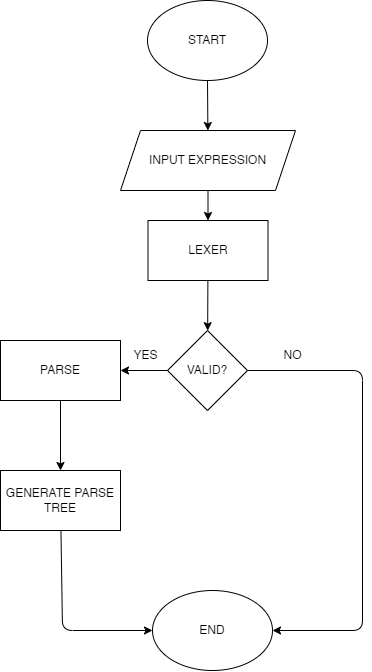
erwnjshb/parse-tree-generator keeps this draw.io diagram as flowchart.png. Above is the earlier version. Source tidied: cells renumbered, new cells last; positions are measured from the earlier drawing's top-left corner, leaving out a move shared by most shapes.
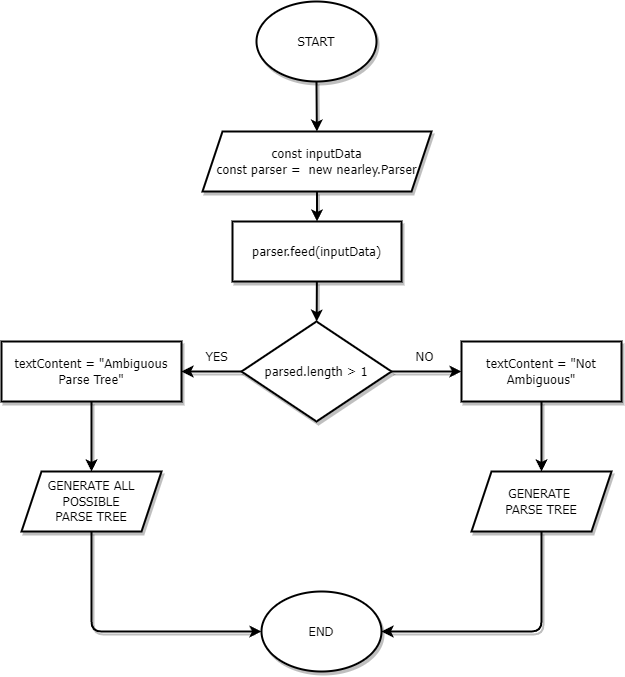
Above is the later version.

Diff of the diagram source:
```diff
@@ -2,62 +2,73 @@
   <root>
     <mxCell id="0" />
     <mxCell id="1" parent="0" />
-    <mxCell id="2" style="edgeStyle=none;html=1;" parent="1" edge="1" source="3" target="5">
+    <mxCell id="2" style="edgeStyle=none;html=1;strokeWidth=2;fontStyle=0;fontFamily=Tahoma;fontSize=13;labelBackgroundColor=none;labelBorderColor=none;shadow=1;" parent="1" edge="1" source="3" target="5">
       <mxGeometry relative="1" as="geometry" />
     </mxCell>
-    <mxCell id="3" value="START" style="ellipse;whiteSpace=wrap;html=1;" parent="1" vertex="1">
+    <mxCell id="3" value="START" style="ellipse;whiteSpace=wrap;html=1;strokeWidth=2;fontStyle=0;fontFamily=Tahoma;fontSize=13;labelBackgroundColor=none;labelBorderColor=none;shadow=1;" parent="1" vertex="1">
       <mxGeometry x="147" width="120" height="80" as="geometry" />
     </mxCell>
-    <mxCell id="4" style="edgeStyle=none;html=1;entryX=0.5;entryY=0;entryDx=0;entryDy=0;" parent="1" edge="1" source="5" target="13">
+    <mxCell id="4" style="edgeStyle=none;html=1;entryX=0.5;entryY=0;entryDx=0;entryDy=0;strokeWidth=2;fontStyle=0;fontFamily=Tahoma;fontSize=13;labelBackgroundColor=none;labelBorderColor=none;shadow=1;" parent="1" edge="1" source="5" target="13">
       <mxGeometry relative="1" as="geometry" />
     </mxCell>
-    <mxCell id="5" value="INPUT EXPRESSION" style="shape=parallelogram;perimeter=parallelogramPerimeter;whiteSpace=wrap;html=1;fixedSize=1;" parent="1" vertex="1">
-      <mxGeometry x="120" y="130" width="175" height="60" as="geometry" />
+    <mxCell id="5" value="const inputData&lt;br style=&quot;font-size: 13px;&quot;&gt;const parser =&amp;nbsp; new nearley.Parser" style="shape=parallelogram;perimeter=parallelogramPerimeter;whiteSpace=wrap;html=1;fixedSize=1;strokeWidth=2;fontStyle=0;fontFamily=Tahoma;fontSize=13;labelBackgroundColor=none;labelBorderColor=none;shadow=1;" parent="1" vertex="1">
+      <mxGeometry x="93" y="130" width="229" height="60" as="geometry" />
     </mxCell>
-    <mxCell id="6" style="edgeStyle=none;html=1;exitX=1;exitY=0.5;exitDx=0;exitDy=0;entryX=1;entryY=0.5;entryDx=0;entryDy=0;" parent="1" edge="1" source="8" target="11">
-      <mxGeometry relative="1" as="geometry">
-        <Array as="points">
-          <mxPoint x="362" y="370" />
-          <mxPoint x="362" y="630" />
-        </Array>
-      </mxGeometry>
-    </mxCell>
-    <mxCell id="7" style="edgeStyle=none;html=1;" parent="1" edge="1" source="8" target="10">
+    <mxCell id="7" style="edgeStyle=none;html=1;strokeWidth=2;fontStyle=0;fontFamily=Tahoma;fontSize=13;labelBackgroundColor=none;labelBorderColor=none;shadow=1;" parent="1" edge="1" source="8" target="10">
       <mxGeometry relative="1" as="geometry" />
     </mxCell>
+    <mxCell id="18" style="edgeStyle=none;html=1;strokeWidth=2;fontStyle=0;fontFamily=Tahoma;fontSize=13;labelBackgroundColor=none;labelBorderColor=none;shadow=1;" parent="1" edge="1" source="8" target="20">
+      <mxGeometry relative="1" as="geometry" />
+    </mxCell>
-    <mxCell id="8" value="VALID?" style="rhombus;whiteSpace=wrap;html=1;" parent="1" vertex="1">
-      <mxGeometry x="167" y="330" width="80" height="80" as="geometry" />
+    <mxCell id="8" value="parsed.length &amp;gt; 1" style="rhombus;whiteSpace=wrap;html=1;rounded=0;shadow=1;strokeWidth=2;fontStyle=0;fontFamily=Tahoma;fontSize=13;labelBackgroundColor=none;labelBorderColor=none;" parent="1" vertex="1">
+      <mxGeometry x="132" y="320" width="150" height="100" as="geometry" />
     </mxCell>
-    <mxCell id="9" style="edgeStyle=none;html=1;" parent="1" edge="1" source="10" target="17">
+    <mxCell id="9" style="edgeStyle=none;html=1;entryX=0.5;entryY=0;entryDx=0;entryDy=0;strokeWidth=2;fontStyle=0;fontFamily=Tahoma;fontSize=13;labelBackgroundColor=none;labelBorderColor=none;shadow=1;" parent="1" edge="1" source="10" target="21">
       <mxGeometry relative="1" as="geometry" />
     </mxCell>
-    <mxCell id="10" value="PARSE" style="rounded=0;whiteSpace=wrap;html=1;" parent="1" vertex="1">
-      <mxGeometry y="340" width="120" height="60" as="geometry" />
+    <mxCell id="10" value="textContent = &quot;Ambiguous Parse Tree&lt;span style=&quot;font-size: 13px;&quot;&gt;&quot;&lt;/span&gt;" style="rounded=0;whiteSpace=wrap;html=1;strokeWidth=2;fontStyle=0;fontFamily=Tahoma;fontSize=13;labelBackgroundColor=none;labelBorderColor=none;shadow=1;" parent="1" vertex="1">
+      <mxGeometry x="-108" y="340" width="180" height="60" as="geometry" />
     </mxCell>
-    <mxCell id="11" value="END" style="ellipse;whiteSpace=wrap;html=1;" parent="1" vertex="1">
+    <mxCell id="11" value="END" style="ellipse;whiteSpace=wrap;html=1;strokeWidth=2;fontStyle=0;fontFamily=Tahoma;fontSize=13;labelBackgroundColor=none;labelBorderColor=none;shadow=1;" parent="1" vertex="1">
       <mxGeometry x="152" y="590" width="120" height="80" as="geometry" />
     </mxCell>
-    <mxCell id="12" style="edgeStyle=none;html=1;" parent="1" edge="1" source="13" target="8">
+    <mxCell id="12" style="edgeStyle=none;html=1;strokeWidth=2;fontStyle=0;fontFamily=Tahoma;fontSize=13;labelBackgroundColor=none;labelBorderColor=none;shadow=1;" parent="1" edge="1" source="13" target="8">
       <mxGeometry relative="1" as="geometry" />
     </mxCell>
-    <mxCell id="13" value="LEXER" style="rounded=0;whiteSpace=wrap;html=1;" parent="1" vertex="1">
-      <mxGeometry x="147.5" y="220" width="120" height="60" as="geometry" />
+    <mxCell id="13" value="parser.feed(inputData)" style="rounded=0;whiteSpace=wrap;html=1;strokeWidth=2;fontStyle=0;fontFamily=Tahoma;fontSize=13;labelBackgroundColor=none;labelBorderColor=none;shadow=1;" parent="1" vertex="1">
+      <mxGeometry x="123" y="220" width="169" height="60" as="geometry" />
     </mxCell>
-    <mxCell id="14" value="NO" style="text;html=1;align=center;verticalAlign=middle;strokeColor=none;fillColor=none;" parent="1" vertex="1">
-      <mxGeometry x="272" y="340" width="40" height="30" as="geometry" />
+    <mxCell id="14" value="NO" style="text;html=1;align=center;verticalAlign=middle;strokeWidth=2;fontStyle=0;fontFamily=Tahoma;fontSize=13;labelBackgroundColor=none;labelBorderColor=none;shadow=1;" parent="1" vertex="1">
+      <mxGeometry x="295" y="340" width="40" height="30" as="geometry" />
     </mxCell>
-    <mxCell id="15" value="YES" style="text;html=1;align=center;verticalAlign=middle;strokeColor=none;fillColor=none;" parent="1" vertex="1">
-      <mxGeometry x="120" y="340" width="50" height="30" as="geometry" />
+    <mxCell id="15" value="YES" style="text;html=1;align=center;verticalAlign=middle;strokeWidth=2;fontStyle=0;fontFamily=Tahoma;fontSize=13;labelBackgroundColor=none;labelBorderColor=none;shadow=1;" parent="1" vertex="1">
+      <mxGeometry x="82" y="340" width="50" height="30" as="geometry" />
     </mxCell>
-    <mxCell id="16" style="edgeStyle=none;html=1;entryX=0;entryY=0.5;entryDx=0;entryDy=0;" parent="1" edge="1" source="17" target="11">
+    <mxCell id="16" style="edgeStyle=none;html=1;entryX=0;entryY=0.5;entryDx=0;entryDy=0;exitX=0.5;exitY=1;exitDx=0;exitDy=0;strokeWidth=2;fontStyle=0;fontFamily=Tahoma;fontSize=13;labelBackgroundColor=none;labelBorderColor=none;shadow=1;" parent="1" edge="1" source="21" target="11">
       <mxGeometry relative="1" as="geometry">
         <Array as="points">
-          <mxPoint x="62" y="630" />
+          <mxPoint x="-18" y="630" />
         </Array>
       </mxGeometry>
     </mxCell>
+    <mxCell id="19" style="edgeStyle=none;html=1;strokeWidth=2;fontStyle=0;fontFamily=Tahoma;fontSize=13;labelBackgroundColor=none;labelBorderColor=none;shadow=1;" parent="1" edge="1" source="20" target="17">
+      <mxGeometry relative="1" as="geometry" />
+    </mxCell>
+    <mxCell id="20" value="textContent = &quot;Not Ambiguous&lt;span style=&quot;font-size: 13px;&quot;&gt;&quot;&lt;/span&gt;" style="rounded=0;whiteSpace=wrap;html=1;strokeWidth=2;fontStyle=0;fontFamily=Tahoma;fontSize=13;labelBackgroundColor=none;labelBorderColor=none;shadow=1;" parent="1" vertex="1">
+      <mxGeometry x="352" y="340" width="160" height="60" as="geometry" />
+    </mxCell>
+    <mxCell id="21" value="GENERATE ALL POSSIBLE &lt;br style=&quot;font-size: 13px;&quot;&gt;PARSE TREE" style="shape=parallelogram;perimeter=parallelogramPerimeter;whiteSpace=wrap;html=1;fixedSize=1;rounded=0;shadow=1;strokeWidth=2;fontStyle=0;fontFamily=Tahoma;fontSize=13;labelBackgroundColor=none;labelBorderColor=none;" parent="1" vertex="1">
+      <mxGeometry x="-88" y="470" width="140" height="60" as="geometry" />
+    </mxCell>
+    <mxCell id="22" style="edgeStyle=none;html=1;exitX=0.5;exitY=1;exitDx=0;exitDy=0;entryX=1;entryY=0.5;entryDx=0;entryDy=0;strokeWidth=2;fontStyle=0;fontFamily=Tahoma;fontSize=13;labelBackgroundColor=none;labelBorderColor=none;shadow=1;" parent="1" edge="1" source="17" target="11">
+      <mxGeometry relative="1" as="geometry">
+        <Array as="points">
+          <mxPoint x="432" y="630" />
+        </Array>
+      </mxGeometry>
+    </mxCell>
-    <mxCell id="17" value="GENERATE PARSE TREE" style="rounded=0;whiteSpace=wrap;html=1;" parent="1" vertex="1">
-      <mxGeometry y="470" width="120" height="60" as="geometry" />
+    <mxCell id="17" value="GENERATE&amp;nbsp;&lt;br style=&quot;font-size: 13px;&quot;&gt;PARSE TREE" style="shape=parallelogram;perimeter=parallelogramPerimeter;whiteSpace=wrap;html=1;fixedSize=1;rounded=0;shadow=1;strokeWidth=2;fontStyle=0;fontFamily=Tahoma;fontSize=13;labelBackgroundColor=none;labelBorderColor=none;" parent="1" vertex="1">
+      <mxGeometry x="362" y="470" width="140" height="60" as="geometry" />
     </mxCell>
   </root>
 </mxGraphModel>
```
